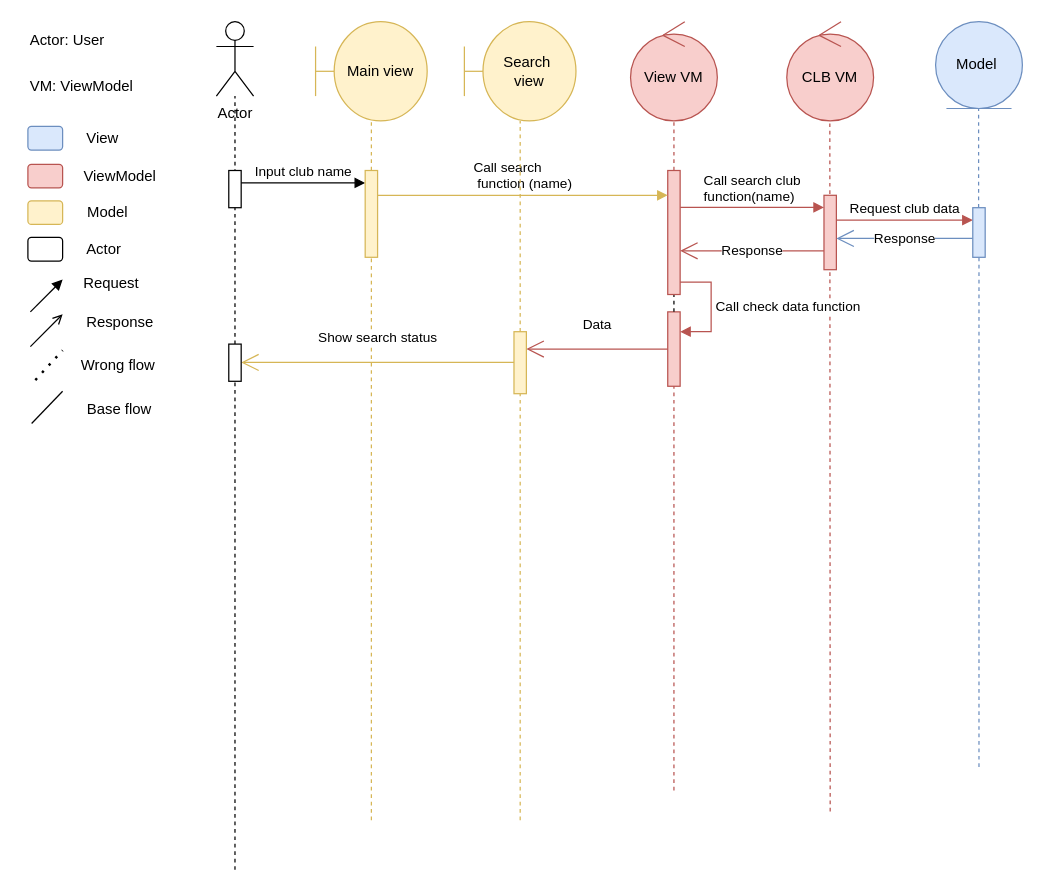
DnhTrn/finall_project keeps this draw.io diagram as page "Search" (5 of 13) of Diagram.drawio. Above is the earlier version. Source tidied: cells renumbered, new cells numbered last; positions are measured from the earlier drawing's top-left corner, leaving out a move shared by most shapes. Both pictures are drawn from the tidied source at 124%, with x=0, y=0 at pixel (26, 21).
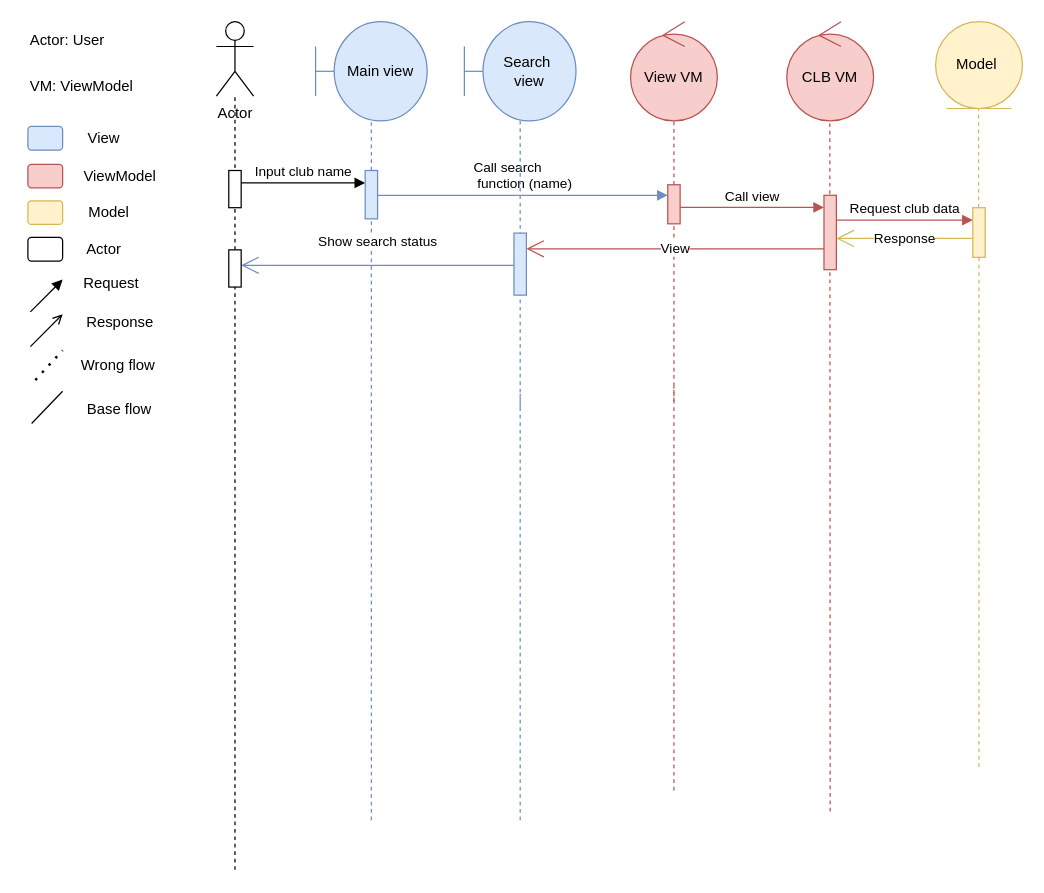
The same page after the edit.

Unchanged cells that the change refers to:
```xml
<mxCell id="10" style="html=1;points=[[0,0,0,0,5],[0,1,0,0,-5],[1,0,0,0,5],[1,1,0,0,-5]];perimeter=orthogonalPerimeter;outlineConnect=0;targetShapes=umlLifeline;portConstraint=eastwest;newEdgeStyle={&quot;curved&quot;:0,&quot;rounded&quot;:0};fillColor=#f8cecc;strokeColor=#b85450;" parent="1" vertex="1">
  <mxGeometry x="643" y="140" width="10" height="60" as="geometry" />
</mxCell>
```

Diff of the diagram source:
```diff
@@
-    <mxCell id="3" value="Main view" style="shape=umlBoundary;whiteSpace=wrap;html=1;fillColor=#fff2cc;strokeColor=#d6b656;" parent="1" vertex="1">
+    <mxCell id="3" value="Main view" style="shape=umlBoundary;whiteSpace=wrap;html=1;fillColor=#dae8fc;strokeColor=#6c8ebf;" parent="1" vertex="1">
       <mxGeometry x="233" width="90" height="80" as="geometry" />
     </mxCell>
-    <mxCell id="4" value="Model&amp;nbsp;" style="ellipse;shape=umlEntity;whiteSpace=wrap;html=1;fillColor=#dae8fc;strokeColor=#6c8ebf;" parent="1" vertex="1">
+    <mxCell id="4" value="Model&amp;nbsp;" style="ellipse;shape=umlEntity;whiteSpace=wrap;html=1;fillColor=#fff2cc;strokeColor=#d6b656;" parent="1" vertex="1">
       <mxGeometry x="733" width="70" height="70" as="geometry" />
     </mxCell>
@@
-    <mxCell id="6" style="endArrow=none;dashed=1;html=1;rounded=0;fillColor=#dae8fc;strokeColor=#6c8ebf;" parent="1" edge="1" source="31">
+    <mxCell id="6" style="endArrow=none;dashed=1;html=1;rounded=0;fillColor=#fff2cc;strokeColor=#d6b656;" parent="1" edge="1" source="31">
       <mxGeometry relative="1" as="geometry">
         <mxPoint x="767.7" y="70" as="targetPoint" />
       </mxGeometry>
     </mxCell>
-    <mxCell id="7" style="endArrow=none;dashed=1;html=1;rounded=0;fillColor=#fff2cc;strokeColor=#d6b656;" parent="1" edge="1" source="29" target="3">
+    <mxCell id="7" style="endArrow=none;dashed=1;html=1;rounded=0;fillColor=#dae8fc;strokeColor=#6c8ebf;" parent="1" edge="1" source="29" target="3">
       <mxGeometry relative="1" as="geometry" />
     </mxCell>
@@
-    <mxCell id="11" style="endArrow=none;dashed=1;html=1;rounded=0;fillColor=#dae8fc;strokeColor=#6c8ebf;" parent="1" edge="1" target="31">
+    <mxCell id="11" style="endArrow=none;dashed=1;html=1;rounded=0;fillColor=#fff2cc;strokeColor=#d6b656;" parent="1" edge="1" target="31">
       <mxGeometry relative="1" as="geometry">
         <mxPoint x="768" y="601.1" as="sourcePoint" />
       </mxGeometry>
     </mxCell>
@@
-    <mxCell id="13" value="Response" style="endArrow=open;endSize=12;html=1;rounded=0;fillColor=#dae8fc;strokeColor=#6c8ebf;" parent="1" edge="1" target="10">
+    <mxCell id="13" value="Response" style="endArrow=open;endSize=12;html=1;rounded=0;fillColor=#fff2cc;strokeColor=#d6b656;" parent="1" edge="1" target="10">
       <mxGeometry relative="1" as="geometry">
         <mxPoint x="763" y="174.8" as="sourcePoint" />
       </mxGeometry>
     </mxCell>
@@
-    <mxCell id="16" style="html=1;points=[[0,0,0,0,5],[0,1,0,0,-5],[1,0,0,0,5],[1,1,0,0,-5]];perimeter=orthogonalPerimeter;outlineConnect=0;targetShapes=umlLifeline;portConstraint=eastwest;newEdgeStyle={&quot;curved&quot;:0,&quot;rounded&quot;:0};fillColor=#f8cecc;strokeColor=#b85450;" parent="1" vertex="1">
-      <mxGeometry x="517" y="234" width="10" height="60" as="geometry" />
-    </mxCell>
-    <mxCell id="17" value="&lt;div style=&quot;text-align: left;&quot;&gt;Call search club&lt;/div&gt;&lt;div style=&quot;text-align: left;&quot;&gt;function(name)&lt;/div&gt;" style="html=1;verticalAlign=bottom;endArrow=block;curved=0;rounded=0;fillColor=#f8cecc;strokeColor=#b85450;" parent="1" edge="1" source="19">
+    <mxCell id="17" value="&lt;div style=&quot;text-align: left;&quot;&gt;Call view&lt;/div&gt;" style="html=1;verticalAlign=bottom;endArrow=block;curved=0;rounded=0;fillColor=#f8cecc;strokeColor=#b85450;" parent="1" edge="1" source="19">
       <mxGeometry relative="1" as="geometry">
         <mxPoint x="643" y="149.8" as="targetPoint" />
         <Array as="points">
           <mxPoint x="643" y="149.8" />
         </Array>
       </mxGeometry>
     </mxCell>
-    <mxCell id="18" style="endArrow=none;dashed=1;html=1;rounded=0;" parent="1" edge="1" source="16" target="19">
-      <mxGeometry relative="1" as="geometry" />
+    <mxCell id="18" style="endArrow=none;dashed=1;html=1;rounded=0;fillColor=#f8cecc;strokeColor=#b85450;" parent="1" edge="1" target="19">
+      <mxGeometry relative="1" as="geometry">
+        <mxPoint x="522" y="306" as="sourcePoint" />
+      </mxGeometry>
     </mxCell>
     <mxCell id="19" style="html=1;points=[[0,0,0,0,5],[0,1,0,0,-5],[1,0,0,0,5],[1,1,0,0,-5]];perimeter=orthogonalPerimeter;outlineConnect=0;targetShapes=umlLifeline;portConstraint=eastwest;newEdgeStyle={&quot;curved&quot;:0,&quot;rounded&quot;:0};fillColor=#f8cecc;strokeColor=#b85450;" parent="1" vertex="1">
-      <mxGeometry x="517" y="120" width="10" height="100" as="geometry" />
+      <mxGeometry x="517" y="131.5" width="10" height="31.5" as="geometry" />
     </mxCell>
-    <mxCell id="20" value="Response" style="endArrow=open;endSize=12;html=1;rounded=0;fillColor=#f8cecc;strokeColor=#b85450;" parent="1" edge="1" target="19">
+    <mxCell id="20" value="View" style="endArrow=open;endSize=12;html=1;rounded=0;fillColor=#f8cecc;strokeColor=#b85450;" parent="1" edge="1" target="56">
       <mxGeometry relative="1" as="geometry">
-        <mxPoint x="643" y="184.8" as="sourcePoint" />
+        <mxPoint x="643" y="183.2" as="sourcePoint" />
       </mxGeometry>
     </mxCell>
-    <mxCell id="21" value="Call check data function&amp;nbsp;" style="html=1;align=left;spacingLeft=2;endArrow=block;rounded=0;edgeStyle=orthogonalEdgeStyle;curved=0;rounded=0;fillColor=#f8cecc;strokeColor=#b85450;" parent="1" edge="1" source="19" target="16">
-      <mxGeometry relative="1" as="geometry">
-        <Array as="points">
-          <mxPoint x="552" y="210" />
-          <mxPoint x="552" y="250" />
-        </Array>
-      </mxGeometry>
-    </mxCell>
-    <mxCell id="22" style="endArrow=none;dashed=1;html=1;rounded=0;fillColor=#fff2cc;strokeColor=#d6b656;" parent="1" edge="1" target="29">
+    <mxCell id="22" style="endArrow=none;dashed=1;html=1;rounded=0;fillColor=#dae8fc;strokeColor=#6c8ebf;" parent="1" edge="1" target="29">
       <mxGeometry relative="1" as="geometry">
         <mxPoint x="278" y="644" as="sourcePoint" />
       </mxGeometry>
     </mxCell>
-    <mxCell id="23" value="Show search status" style="endArrow=open;endSize=12;html=1;rounded=0;fillColor=#fff2cc;strokeColor=#d6b656;" parent="1" edge="1" source="36">
+    <mxCell id="23" value="Show search status" style="endArrow=open;endSize=12;html=1;rounded=0;fillColor=#dae8fc;strokeColor=#6c8ebf;" parent="1" edge="1">
       <mxGeometry y="-20" relative="1" as="geometry">
-        <mxPoint x="173" y="274.8" as="targetPoint" />
+        <mxPoint x="393" y="196.5" as="sourcePoint" />
+        <mxPoint x="173" y="196.5" as="targetPoint" />
       </mxGeometry>
     </mxCell>
@@
     <mxCell id="25" style="html=1;points=[[0,0,0,0,5],[0,1,0,0,-5],[1,0,0,0,5],[1,1,0,0,-5]];perimeter=orthogonalPerimeter;outlineConnect=0;targetShapes=umlLifeline;portConstraint=eastwest;newEdgeStyle={&quot;curved&quot;:0,&quot;rounded&quot;:0};" parent="1" vertex="1">
-      <mxGeometry x="163" y="260" width="10" height="30" as="geometry" />
+      <mxGeometry x="163" y="184" width="10" height="30" as="geometry" />
     </mxCell>
-    <mxCell id="26" style="endArrow=none;dashed=1;html=1;rounded=0;fillColor=#f8cecc;strokeColor=#b85450;" parent="1" edge="1" target="16">
+    <mxCell id="26" style="endArrow=none;dashed=1;html=1;rounded=0;fillColor=#f8cecc;strokeColor=#b85450;" parent="1" edge="1">
       <mxGeometry relative="1" as="geometry">
         <mxPoint x="522" y="620" as="sourcePoint" />
+        <mxPoint x="522" y="294" as="targetPoint" />
       </mxGeometry>
     </mxCell>
@@
-    <mxCell id="29" style="html=1;points=[[0,0,0,0,5],[0,1,0,0,-5],[1,0,0,0,5],[1,1,0,0,-5]];perimeter=orthogonalPerimeter;outlineConnect=0;targetShapes=umlLifeline;portConstraint=eastwest;newEdgeStyle={&quot;curved&quot;:0,&quot;rounded&quot;:0};fillColor=#fff2cc;strokeColor=#d6b656;" parent="1" vertex="1">
-      <mxGeometry x="273" y="120" width="10" height="70" as="geometry" />
+    <mxCell id="29" style="html=1;points=[[0,0,0,0,5],[0,1,0,0,-5],[1,0,0,0,5],[1,1,0,0,-5]];perimeter=orthogonalPerimeter;outlineConnect=0;targetShapes=umlLifeline;portConstraint=eastwest;newEdgeStyle={&quot;curved&quot;:0,&quot;rounded&quot;:0};fillColor=#dae8fc;strokeColor=#6c8ebf;" parent="1" vertex="1">
+      <mxGeometry x="273" y="120" width="10" height="39" as="geometry" />
     </mxCell>
-    <mxCell id="30" value="&lt;div style=&quot;text-align: left;&quot;&gt;Call search&lt;/div&gt;&lt;div style=&quot;text-align: left;&quot;&gt;&amp;nbsp;function (name)&lt;/div&gt;" style="html=1;verticalAlign=bottom;endArrow=block;curved=0;rounded=0;fillColor=#fff2cc;strokeColor=#d6b656;" parent="1" edge="1" target="19">
+    <mxCell id="30" value="&lt;div style=&quot;text-align: left;&quot;&gt;Call search&lt;/div&gt;&lt;div style=&quot;text-align: left;&quot;&gt;&amp;nbsp;function (name)&lt;/div&gt;" style="html=1;verticalAlign=bottom;endArrow=block;curved=0;rounded=0;fillColor=#dae8fc;strokeColor=#6c8ebf;" parent="1" edge="1" target="19">
       <mxGeometry relative="1" as="geometry">
         <mxPoint x="283" y="140" as="sourcePoint" />
       </mxGeometry>
     </mxCell>
-    <mxCell id="31" style="html=1;points=[[0,0,0,0,5],[0,1,0,0,-5],[1,0,0,0,5],[1,1,0,0,-5]];perimeter=orthogonalPerimeter;outlineConnect=0;targetShapes=umlLifeline;portConstraint=eastwest;newEdgeStyle={&quot;curved&quot;:0,&quot;rounded&quot;:0};fillColor=#dae8fc;strokeColor=#6c8ebf;" parent="1" vertex="1">
+    <mxCell id="31" style="html=1;points=[[0,0,0,0,5],[0,1,0,0,-5],[1,0,0,0,5],[1,1,0,0,-5]];perimeter=orthogonalPerimeter;outlineConnect=0;targetShapes=umlLifeline;portConstraint=eastwest;newEdgeStyle={&quot;curved&quot;:0,&quot;rounded&quot;:0};fillColor=#fff2cc;strokeColor=#d6b656;" parent="1" vertex="1">
       <mxGeometry x="763" y="150" width="10" height="40" as="geometry" />
     </mxCell>
-    <mxCell id="32" value="Data" style="endArrow=open;endSize=12;html=1;rounded=0;fillColor=#f8cecc;strokeColor=#b85450;" parent="1" edge="1" source="16" target="36">
-      <mxGeometry y="-20" relative="1" as="geometry" />
-    </mxCell>
-    <mxCell id="33" value="Search&amp;nbsp;&lt;div&gt;view&lt;/div&gt;" style="shape=umlBoundary;whiteSpace=wrap;html=1;fillColor=#fff2cc;strokeColor=#d6b656;" parent="1" vertex="1">
+    <mxCell id="33" value="Search&amp;nbsp;&lt;div&gt;view&lt;/div&gt;" style="shape=umlBoundary;whiteSpace=wrap;html=1;fillColor=#dae8fc;strokeColor=#6c8ebf;" parent="1" vertex="1">
       <mxGeometry x="353" width="90" height="80" as="geometry" />
     </mxCell>
-    <mxCell id="34" style="endArrow=none;dashed=1;html=1;rounded=0;fillColor=#fff2cc;strokeColor=#d6b656;" parent="1" edge="1" source="36" target="33">
-      <mxGeometry relative="1" as="geometry" />
+    <mxCell id="34" style="endArrow=none;dashed=1;html=1;rounded=0;fillColor=#dae8fc;strokeColor=#6c8ebf;" parent="1" edge="1" target="33">
+      <mxGeometry relative="1" as="geometry">
+        <mxPoint x="398" y="311" as="sourcePoint" />
+      </mxGeometry>
     </mxCell>
-    <mxCell id="35" style="endArrow=none;dashed=1;html=1;rounded=0;fillColor=#fff2cc;strokeColor=#d6b656;" parent="1" edge="1" target="36">
+    <mxCell id="35" style="endArrow=none;dashed=1;html=1;rounded=0;fillColor=#dae8fc;strokeColor=#6c8ebf;" parent="1" edge="1">
       <mxGeometry relative="1" as="geometry">
         <mxPoint x="398" y="644" as="sourcePoint" />
+        <mxPoint x="398" y="300" as="targetPoint" />
       </mxGeometry>
     </mxCell>
-    <mxCell id="36" style="html=1;points=[[0,0,0,0,5],[0,1,0,0,-5],[1,0,0,0,5],[1,1,0,0,-5]];perimeter=orthogonalPerimeter;outlineConnect=0;targetShapes=umlLifeline;portConstraint=eastwest;newEdgeStyle={&quot;curved&quot;:0,&quot;rounded&quot;:0};fillColor=#fff2cc;strokeColor=#d6b656;" parent="1" vertex="1">
-      <mxGeometry x="393" y="250" width="10" height="50" as="geometry" />
-    </mxCell>
@@
     <mxCell id="39" value="View" style="text;html=1;align=center;verticalAlign=middle;strokeColor=none;fillColor=none;" parent="1" vertex="1">
-      <mxGeometry x="39" y="81" width="44" height="26" as="geometry" />
+      <mxGeometry x="40" y="81" width="44" height="26" as="geometry" />
     </mxCell>
@@
     <mxCell id="43" value="Model" style="text;html=1;align=center;verticalAlign=middle;strokeColor=none;fillColor=none;" parent="1" vertex="1">
-      <mxGeometry x="39" y="141" width="51" height="26" as="geometry" />
+      <mxGeometry x="40" y="141" width="51" height="26" as="geometry" />
     </mxCell>
@@
+    <mxCell id="56" style="html=1;points=[[0,0,0,0,5],[0,1,0,0,-5],[1,0,0,0,5],[1,1,0,0,-5]];perimeter=orthogonalPerimeter;outlineConnect=0;targetShapes=umlLifeline;portConstraint=eastwest;newEdgeStyle={&quot;curved&quot;:0,&quot;rounded&quot;:0};fillColor=#dae8fc;strokeColor=#6c8ebf;" parent="1" vertex="1">
+      <mxGeometry x="393" y="170.5" width="10" height="50" as="geometry" />
+    </mxCell>
```
